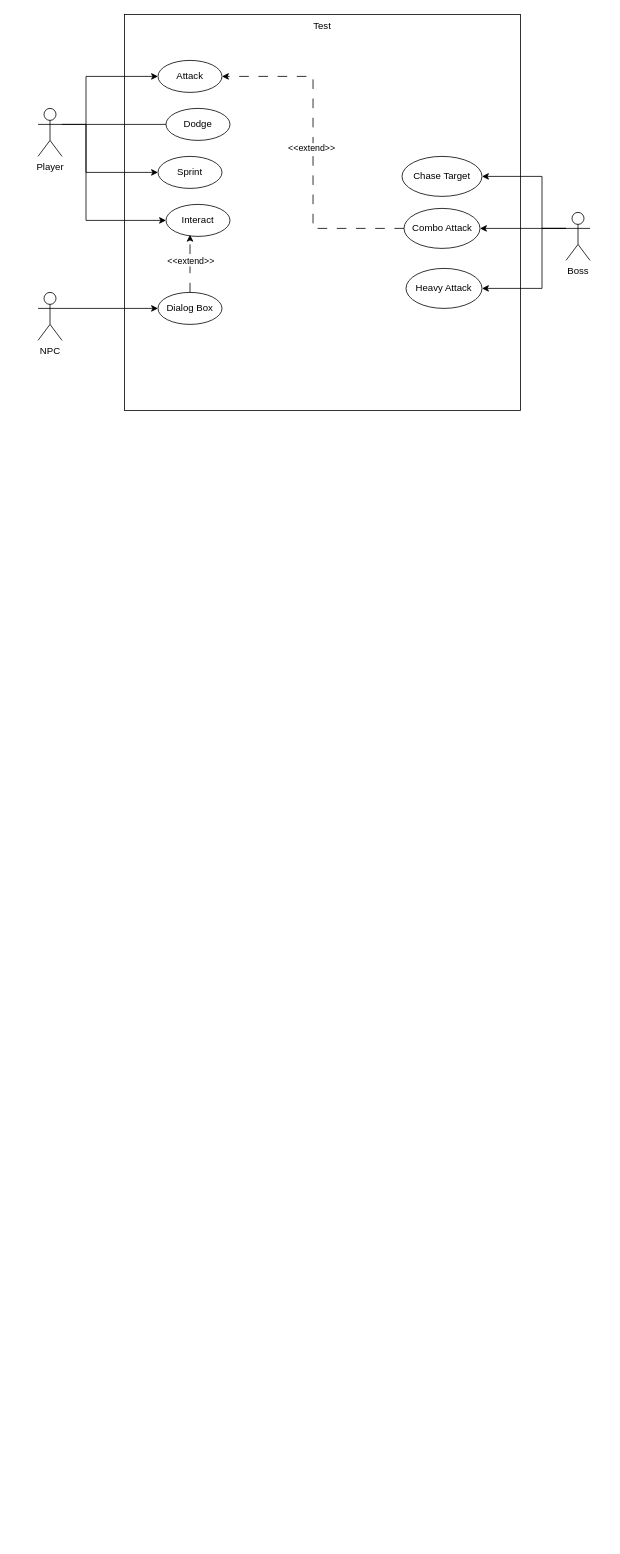
Myriadn/Flowchart_Assignment keeps this draw.io diagram as use Case.drawio. Above is the earlier version. Source tidied: cells renumbered, new cells numbered last; positions are measured from the earlier drawing's top-left corner, leaving out a move shared by most shapes. Both pictures are drawn from the tidied source at 80%, with x=0, y=0 at pixel (38, 14).
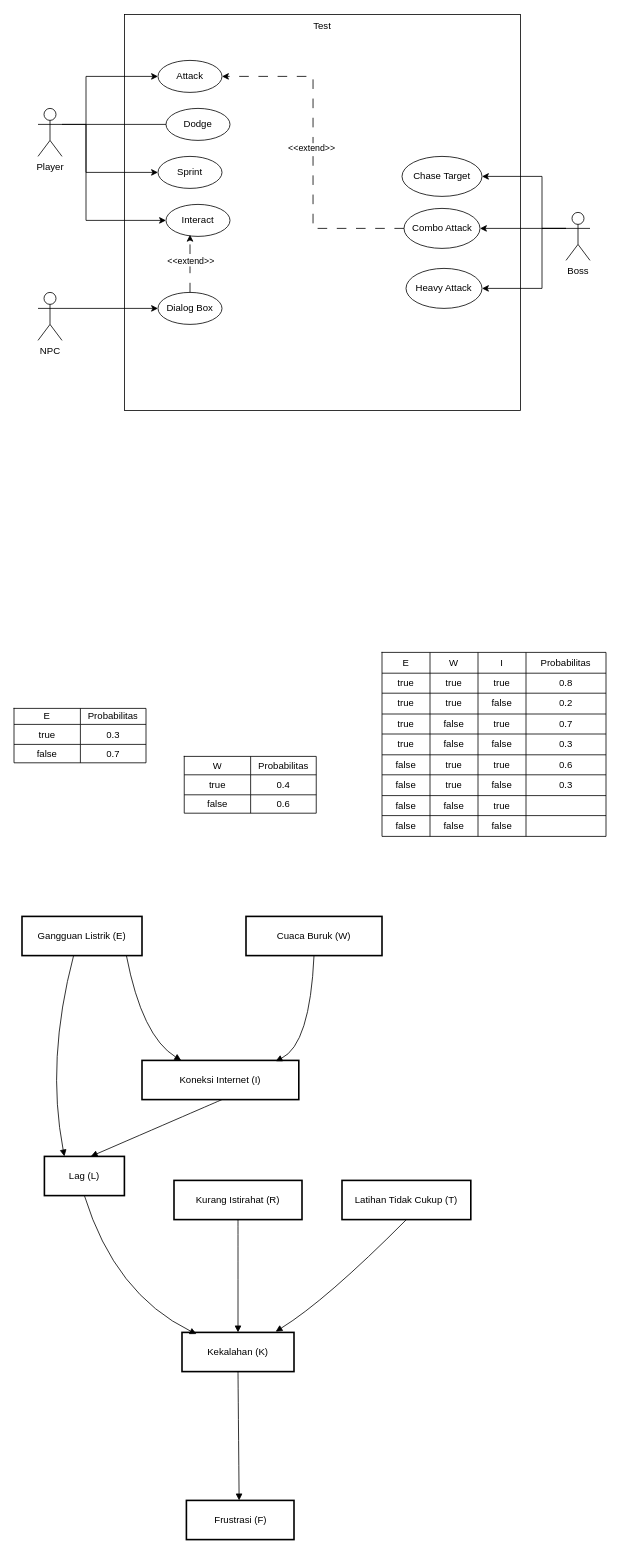
After the change.

Diff of the diagram source:
```diff
@@
+    <mxCell id="25" value="Gangguan Listrik (E)" style="whiteSpace=wrap;strokeWidth=2;" parent="1" vertex="1">
+      <mxGeometry x="-20" y="1128" width="150" height="49" as="geometry" />
+    </mxCell>
+    <mxCell id="26" value="Koneksi Internet (I)" style="whiteSpace=wrap;strokeWidth=2;" parent="1" vertex="1">
+      <mxGeometry x="130" y="1308" width="196" height="49" as="geometry" />
+    </mxCell>
+    <mxCell id="27" value="Cuaca Buruk (W)" style="whiteSpace=wrap;strokeWidth=2;" parent="1" vertex="1">
+      <mxGeometry x="260" y="1128" width="170" height="49" as="geometry" />
+    </mxCell>
+    <mxCell id="28" value="Lag (L)" style="whiteSpace=wrap;strokeWidth=2;" parent="1" vertex="1">
+      <mxGeometry x="8" y="1428" width="100" height="49" as="geometry" />
+    </mxCell>
+    <mxCell id="29" value="Kekalahan (K)" style="whiteSpace=wrap;strokeWidth=2;" parent="1" vertex="1">
+      <mxGeometry x="180" y="1648" width="140" height="49" as="geometry" />
+    </mxCell>
+    <mxCell id="30" value="Kurang Istirahat (R)" style="whiteSpace=wrap;strokeWidth=2;" parent="1" vertex="1">
+      <mxGeometry x="170" y="1458" width="160" height="49" as="geometry" />
+    </mxCell>
+    <mxCell id="31" value="Latihan Tidak Cukup (T)" style="whiteSpace=wrap;strokeWidth=2;" parent="1" vertex="1">
+      <mxGeometry x="380" y="1458" width="161" height="49" as="geometry" />
+    </mxCell>
+    <mxCell id="32" value="Frustrasi (F)" style="whiteSpace=wrap;strokeWidth=2;" parent="1" vertex="1">
+      <mxGeometry x="185.5" y="1858" width="134.5" height="49" as="geometry" />
+    </mxCell>
+    <mxCell id="33" style="curved=1;startArrow=none;endArrow=block;exitX=0.87;exitY=1;entryX=0.25;entryY=0;rounded=0;entryDx=0;entryDy=0;" parent="1" edge="1" source="25" target="26">
+      <mxGeometry relative="1" as="geometry">
+        <Array as="points">
+          <mxPoint x="130" y="1278" />
+        </Array>
+      </mxGeometry>
+    </mxCell>
+    <mxCell id="34" style="curved=1;startArrow=none;endArrow=block;exitX=0.5;exitY=1;entryX=0.852;entryY=0.02;rounded=0;entryDx=0;entryDy=0;entryPerimeter=0;" parent="1" edge="1" source="27" target="26">
+      <mxGeometry relative="1" as="geometry">
+        <Array as="points">
+          <mxPoint x="340" y="1288" />
+        </Array>
+      </mxGeometry>
+    </mxCell>
+    <mxCell id="35" style="curved=1;startArrow=none;endArrow=block;exitX=0.43;exitY=1;entryX=0.25;entryY=0;rounded=0;entryDx=0;entryDy=0;" parent="1" edge="1" source="25" target="28">
+      <mxGeometry relative="1" as="geometry">
+        <Array as="points">
+          <mxPoint x="10" y="1308" />
+        </Array>
+      </mxGeometry>
+    </mxCell>
+    <mxCell id="36" style="curved=1;startArrow=none;endArrow=block;exitX=0.51;exitY=1;entryX=0.58;entryY=0;rounded=0;entryDx=0;entryDy=0;entryPerimeter=0;" parent="1" edge="1" source="26" target="28">
+      <mxGeometry relative="1" as="geometry" />
+    </mxCell>
+    <mxCell id="37" style="curved=1;startArrow=none;endArrow=block;exitX=0.5;exitY=1;entryX=0.129;entryY=0.041;rounded=0;entryDx=0;entryDy=0;entryPerimeter=0;" parent="1" edge="1" source="28" target="29">
+      <mxGeometry relative="1" as="geometry">
+        <Array as="points">
+          <mxPoint x="96" y="1600" />
+        </Array>
+      </mxGeometry>
+    </mxCell>
+    <mxCell id="38" style="curved=1;startArrow=none;endArrow=block;exitX=0.5;exitY=1;entryX=0.5;entryY=0;rounded=0;" parent="1" edge="1" source="30" target="29">
+      <mxGeometry relative="1" as="geometry" />
+    </mxCell>
+    <mxCell id="39" style="curved=1;startArrow=none;endArrow=block;exitX=0.5;exitY=1;entryX=0.836;entryY=-0.02;rounded=0;entryDx=0;entryDy=0;entryPerimeter=0;" parent="1" edge="1" source="31" target="29">
+      <mxGeometry relative="1" as="geometry">
+        <Array as="points">
+          <mxPoint x="360" y="1608" />
+        </Array>
+      </mxGeometry>
+    </mxCell>
+    <mxCell id="40" style="curved=1;startArrow=none;endArrow=block;exitX=0.5;exitY=1;entryX=0.49;entryY=0;rounded=0;" parent="1" edge="1" source="29" target="32">
+      <mxGeometry relative="1" as="geometry" />
+    </mxCell>
+    <mxCell id="41" style="shape=table;startSize=0;childLayout=tableLayout;" parent="1" vertex="1">
+      <mxGeometry x="-30" y="868" width="165" height="68" as="geometry" />
+    </mxCell>
+    <mxCell id="42" style="shape=tableRow;horizontal=0;startSize=0;swimlaneHead=0;swimlaneBody=0;strokeColor=inherit;top=0;left=0;bottom=0;right=0;fillColor=none;" parent="41" vertex="1">
+      <mxGeometry width="165" height="20" as="geometry" />
+    </mxCell>
+    <mxCell id="43" value="E" style="shape=partialRectangle;html=1;whiteSpace=wrap;strokeColor=inherit;overflow=hidden;fillColor=none;top=0;left=0;bottom=0;right=0;" parent="42" vertex="1">
+      <mxGeometry width="83" height="20" as="geometry" />
+    </mxCell>
+    <mxCell id="44" value="Probabilitas" style="shape=partialRectangle;html=1;whiteSpace=wrap;strokeColor=inherit;overflow=hidden;fillColor=none;top=0;left=0;bottom=0;right=0;" parent="42" vertex="1">
+      <mxGeometry x="83" width="82" height="20" as="geometry" />
+    </mxCell>
+    <mxCell id="45" style="shape=tableRow;horizontal=0;startSize=0;swimlaneHead=0;swimlaneBody=0;strokeColor=inherit;top=0;left=0;bottom=0;right=0;fillColor=none;" parent="41" vertex="1">
+      <mxGeometry y="20" width="165" height="25" as="geometry" />
+    </mxCell>
+    <mxCell id="46" value="true" style="shape=partialRectangle;html=1;whiteSpace=wrap;strokeColor=inherit;overflow=hidden;fillColor=none;top=0;left=0;bottom=0;right=0;" parent="45" vertex="1">
+      <mxGeometry width="83" height="25" as="geometry" />
+    </mxCell>
+    <mxCell id="47" value="0.3" style="shape=partialRectangle;html=1;whiteSpace=wrap;strokeColor=inherit;overflow=hidden;fillColor=none;top=0;left=0;bottom=0;right=0;" parent="45" vertex="1">
+      <mxGeometry x="83" width="82" height="25" as="geometry" />
+    </mxCell>
+    <mxCell id="48" style="shape=tableRow;horizontal=0;startSize=0;swimlaneHead=0;swimlaneBody=0;strokeColor=inherit;top=0;left=0;bottom=0;right=0;fillColor=none;" parent="41" vertex="1">
+      <mxGeometry y="45" width="165" height="23" as="geometry" />
+    </mxCell>
+    <mxCell id="49" value="false" style="shape=partialRectangle;html=1;whiteSpace=wrap;strokeColor=inherit;overflow=hidden;fillColor=none;top=0;left=0;bottom=0;right=0;" parent="48" vertex="1">
+      <mxGeometry width="83" height="23" as="geometry" />
+    </mxCell>
+    <mxCell id="50" value="0.7" style="shape=partialRectangle;html=1;whiteSpace=wrap;strokeColor=inherit;overflow=hidden;fillColor=none;top=0;left=0;bottom=0;right=0;" parent="48" vertex="1">
+      <mxGeometry x="83" width="82" height="23" as="geometry" />
+    </mxCell>
+    <mxCell id="51" style="shape=table;startSize=0;childLayout=tableLayout;" parent="1" vertex="1">
+      <mxGeometry x="182.8" y="928" width="165" height="71" as="geometry" />
+    </mxCell>
+    <mxCell id="52" style="shape=tableRow;horizontal=0;startSize=0;swimlaneHead=0;swimlaneBody=0;strokeColor=inherit;top=0;left=0;bottom=0;right=0;fillColor=none;" parent="51" vertex="1">
+      <mxGeometry width="165" height="23" as="geometry" />
+    </mxCell>
+    <mxCell id="53" value="W" style="shape=partialRectangle;html=1;whiteSpace=wrap;strokeColor=inherit;overflow=hidden;fillColor=none;top=0;left=0;bottom=0;right=0;" parent="52" vertex="1">
+      <mxGeometry width="83" height="23" as="geometry" />
+    </mxCell>
+    <mxCell id="54" value="Probabilitas" style="shape=partialRectangle;html=1;whiteSpace=wrap;strokeColor=inherit;overflow=hidden;fillColor=none;top=0;left=0;bottom=0;right=0;" parent="52" vertex="1">
+      <mxGeometry x="83" width="82" height="23" as="geometry" />
+    </mxCell>
+    <mxCell id="55" style="shape=tableRow;horizontal=0;startSize=0;swimlaneHead=0;swimlaneBody=0;strokeColor=inherit;top=0;left=0;bottom=0;right=0;fillColor=none;" parent="51" vertex="1">
+      <mxGeometry y="23" width="165" height="25" as="geometry" />
+    </mxCell>
+    <mxCell id="56" value="true" style="shape=partialRectangle;html=1;whiteSpace=wrap;strokeColor=inherit;overflow=hidden;fillColor=none;top=0;left=0;bottom=0;right=0;" parent="55" vertex="1">
+      <mxGeometry width="83" height="25" as="geometry" />
+    </mxCell>
+    <mxCell id="57" value="0.4" style="shape=partialRectangle;html=1;whiteSpace=wrap;strokeColor=inherit;overflow=hidden;fillColor=none;top=0;left=0;bottom=0;right=0;" parent="55" vertex="1">
+      <mxGeometry x="83" width="82" height="25" as="geometry" />
+    </mxCell>
+    <mxCell id="58" style="shape=tableRow;horizontal=0;startSize=0;swimlaneHead=0;swimlaneBody=0;strokeColor=inherit;top=0;left=0;bottom=0;right=0;fillColor=none;" parent="51" vertex="1">
+      <mxGeometry y="48" width="165" height="23" as="geometry" />
+    </mxCell>
+    <mxCell id="59" value="false" style="shape=partialRectangle;html=1;whiteSpace=wrap;strokeColor=inherit;overflow=hidden;fillColor=none;top=0;left=0;bottom=0;right=0;" parent="58" vertex="1">
+      <mxGeometry width="83" height="23" as="geometry" />
+    </mxCell>
+    <mxCell id="60" value="0.6" style="shape=partialRectangle;html=1;whiteSpace=wrap;strokeColor=inherit;overflow=hidden;fillColor=none;top=0;left=0;bottom=0;right=0;" parent="58" vertex="1">
+      <mxGeometry x="83" width="82" height="23" as="geometry" />
+    </mxCell>
+    <mxCell id="61" style="shape=table;startSize=0;childLayout=tableLayout;" parent="1" vertex="1">
+      <mxGeometry x="430" y="798" width="280" height="230" as="geometry" />
+    </mxCell>
+    <mxCell id="62" style="shape=tableRow;horizontal=0;startSize=0;swimlaneHead=0;swimlaneBody=0;strokeColor=inherit;top=0;left=0;bottom=0;right=0;fillColor=none;" parent="61" vertex="1">
+      <mxGeometry width="280" height="26" as="geometry" />
+    </mxCell>
+    <mxCell id="63" value="E" style="shape=partialRectangle;html=1;whiteSpace=wrap;strokeColor=inherit;overflow=hidden;fillColor=none;top=0;left=0;bottom=0;right=0;" parent="62" vertex="1">
+      <mxGeometry width="60" height="26" as="geometry" />
+    </mxCell>
+    <mxCell id="64" value="W" style="shape=partialRectangle;html=1;whiteSpace=wrap;strokeColor=inherit;overflow=hidden;fillColor=none;top=0;left=0;bottom=0;right=0;" parent="62" vertex="1">
+      <mxGeometry x="60" width="60" height="26" as="geometry" />
+    </mxCell>
+    <mxCell id="65" value="I" style="shape=partialRectangle;html=1;whiteSpace=wrap;strokeColor=inherit;overflow=hidden;fillColor=none;top=0;left=0;bottom=0;right=0;" parent="62" vertex="1">
+      <mxGeometry x="120" width="60" height="26" as="geometry" />
+    </mxCell>
+    <mxCell id="66" value="Probabilitas" style="shape=partialRectangle;html=1;whiteSpace=wrap;strokeColor=inherit;overflow=hidden;fillColor=none;top=0;left=0;bottom=0;right=0;" parent="62" vertex="1">
+      <mxGeometry x="180" width="100" height="26" as="geometry" />
+    </mxCell>
+    <mxCell id="67" style="shape=tableRow;horizontal=0;startSize=0;swimlaneHead=0;swimlaneBody=0;strokeColor=inherit;top=0;left=0;bottom=0;right=0;fillColor=none;" parent="61" vertex="1">
+      <mxGeometry y="26" width="280" height="25" as="geometry" />
+    </mxCell>
+    <mxCell id="68" value="true" style="shape=partialRectangle;html=1;whiteSpace=wrap;strokeColor=inherit;overflow=hidden;fillColor=none;top=0;left=0;bottom=0;right=0;" parent="67" vertex="1">
+      <mxGeometry width="60" height="25" as="geometry" />
+    </mxCell>
+    <mxCell id="69" value="true" style="shape=partialRectangle;html=1;whiteSpace=wrap;strokeColor=inherit;overflow=hidden;fillColor=none;top=0;left=0;bottom=0;right=0;" parent="67" vertex="1">
+      <mxGeometry x="60" width="60" height="25" as="geometry" />
+    </mxCell>
+    <mxCell id="70" value="true" style="shape=partialRectangle;html=1;whiteSpace=wrap;strokeColor=inherit;overflow=hidden;fillColor=none;top=0;left=0;bottom=0;right=0;" parent="67" vertex="1">
+      <mxGeometry x="120" width="60" height="25" as="geometry" />
+    </mxCell>
+    <mxCell id="71" value="0.8" style="shape=partialRectangle;html=1;whiteSpace=wrap;strokeColor=inherit;overflow=hidden;fillColor=none;top=0;left=0;bottom=0;right=0;" parent="67" vertex="1">
+      <mxGeometry x="180" width="100" height="25" as="geometry" />
+    </mxCell>
+    <mxCell id="72" style="shape=tableRow;horizontal=0;startSize=0;swimlaneHead=0;swimlaneBody=0;strokeColor=inherit;top=0;left=0;bottom=0;right=0;fillColor=none;" parent="61" vertex="1">
+      <mxGeometry y="51" width="280" height="26" as="geometry" />
+    </mxCell>
+    <mxCell id="73" value="true" style="shape=partialRectangle;html=1;whiteSpace=wrap;strokeColor=inherit;overflow=hidden;fillColor=none;top=0;left=0;bottom=0;right=0;" parent="72" vertex="1">
+      <mxGeometry width="60" height="26" as="geometry" />
+    </mxCell>
+    <mxCell id="74" value="true" style="shape=partialRectangle;html=1;whiteSpace=wrap;strokeColor=inherit;overflow=hidden;fillColor=none;top=0;left=0;bottom=0;right=0;" parent="72" vertex="1">
+      <mxGeometry x="60" width="60" height="26" as="geometry" />
+    </mxCell>
+    <mxCell id="75" value="false" style="shape=partialRectangle;html=1;whiteSpace=wrap;strokeColor=inherit;overflow=hidden;fillColor=none;top=0;left=0;bottom=0;right=0;" parent="72" vertex="1">
+      <mxGeometry x="120" width="60" height="26" as="geometry" />
+    </mxCell>
+    <mxCell id="76" value="0.2" style="shape=partialRectangle;html=1;whiteSpace=wrap;strokeColor=inherit;overflow=hidden;fillColor=none;top=0;left=0;bottom=0;right=0;" parent="72" vertex="1">
+      <mxGeometry x="180" width="100" height="26" as="geometry" />
+    </mxCell>
+    <mxCell id="77" style="shape=tableRow;horizontal=0;startSize=0;swimlaneHead=0;swimlaneBody=0;strokeColor=inherit;top=0;left=0;bottom=0;right=0;fillColor=none;" parent="61" vertex="1">
+      <mxGeometry y="77" width="280" height="25" as="geometry" />
+    </mxCell>
+    <mxCell id="78" value="true" style="shape=partialRectangle;html=1;whiteSpace=wrap;strokeColor=inherit;overflow=hidden;fillColor=none;top=0;left=0;bottom=0;right=0;" parent="77" vertex="1">
+      <mxGeometry width="60" height="25" as="geometry" />
+    </mxCell>
+    <mxCell id="79" value="false" style="shape=partialRectangle;html=1;whiteSpace=wrap;strokeColor=inherit;overflow=hidden;fillColor=none;top=0;left=0;bottom=0;right=0;" parent="77" vertex="1">
+      <mxGeometry x="60" width="60" height="25" as="geometry" />
+    </mxCell>
+    <mxCell id="80" value="true" style="shape=partialRectangle;html=1;whiteSpace=wrap;strokeColor=inherit;overflow=hidden;fillColor=none;top=0;left=0;bottom=0;right=0;" parent="77" vertex="1">
+      <mxGeometry x="120" width="60" height="25" as="geometry" />
+    </mxCell>
+    <mxCell id="81" value="0.7" style="shape=partialRectangle;html=1;whiteSpace=wrap;strokeColor=inherit;overflow=hidden;fillColor=none;top=0;left=0;bottom=0;right=0;" parent="77" vertex="1">
+      <mxGeometry x="180" width="100" height="25" as="geometry" />
+    </mxCell>
+    <mxCell id="82" style="shape=tableRow;horizontal=0;startSize=0;swimlaneHead=0;swimlaneBody=0;strokeColor=inherit;top=0;left=0;bottom=0;right=0;fillColor=none;" parent="61" vertex="1">
+      <mxGeometry y="102" width="280" height="26" as="geometry" />
+    </mxCell>
+    <mxCell id="83" value="true" style="shape=partialRectangle;html=1;whiteSpace=wrap;strokeColor=inherit;overflow=hidden;fillColor=none;top=0;left=0;bottom=0;right=0;" parent="82" vertex="1">
+      <mxGeometry width="60" height="26" as="geometry" />
+    </mxCell>
+    <mxCell id="84" value="false" style="shape=partialRectangle;html=1;whiteSpace=wrap;strokeColor=inherit;overflow=hidden;fillColor=none;top=0;left=0;bottom=0;right=0;" parent="82" vertex="1">
+      <mxGeometry x="60" width="60" height="26" as="geometry" />
+    </mxCell>
+    <mxCell id="85" value="false" style="shape=partialRectangle;html=1;whiteSpace=wrap;strokeColor=inherit;overflow=hidden;fillColor=none;top=0;left=0;bottom=0;right=0;" parent="82" vertex="1">
+      <mxGeometry x="120" width="60" height="26" as="geometry" />
+    </mxCell>
+    <mxCell id="86" value="0.3" style="shape=partialRectangle;html=1;whiteSpace=wrap;strokeColor=inherit;overflow=hidden;fillColor=none;top=0;left=0;bottom=0;right=0;" parent="82" vertex="1">
+      <mxGeometry x="180" width="100" height="26" as="geometry" />
+    </mxCell>
+    <mxCell id="87" style="shape=tableRow;horizontal=0;startSize=0;swimlaneHead=0;swimlaneBody=0;strokeColor=inherit;top=0;left=0;bottom=0;right=0;fillColor=none;" parent="61" vertex="1">
+      <mxGeometry y="128" width="280" height="25" as="geometry" />
+    </mxCell>
+    <mxCell id="88" value="false" style="shape=partialRectangle;html=1;whiteSpace=wrap;strokeColor=inherit;overflow=hidden;fillColor=none;top=0;left=0;bottom=0;right=0;" parent="87" vertex="1">
+      <mxGeometry width="60" height="25" as="geometry" />
+    </mxCell>
+    <mxCell id="89" value="true" style="shape=partialRectangle;html=1;whiteSpace=wrap;strokeColor=inherit;overflow=hidden;fillColor=none;top=0;left=0;bottom=0;right=0;" parent="87" vertex="1">
+      <mxGeometry x="60" width="60" height="25" as="geometry" />
+    </mxCell>
+    <mxCell id="90" value="true" style="shape=partialRectangle;html=1;whiteSpace=wrap;strokeColor=inherit;overflow=hidden;fillColor=none;top=0;left=0;bottom=0;right=0;" parent="87" vertex="1">
+      <mxGeometry x="120" width="60" height="25" as="geometry" />
+    </mxCell>
+    <mxCell id="91" value="0.6" style="shape=partialRectangle;html=1;whiteSpace=wrap;strokeColor=inherit;overflow=hidden;fillColor=none;top=0;left=0;bottom=0;right=0;" parent="87" vertex="1">
+      <mxGeometry x="180" width="100" height="25" as="geometry" />
+    </mxCell>
+    <mxCell id="92" style="shape=tableRow;horizontal=0;startSize=0;swimlaneHead=0;swimlaneBody=0;strokeColor=inherit;top=0;left=0;bottom=0;right=0;fillColor=none;" parent="61" vertex="1">
+      <mxGeometry y="153" width="280" height="26" as="geometry" />
+    </mxCell>
+    <mxCell id="93" value="false" style="shape=partialRectangle;html=1;whiteSpace=wrap;strokeColor=inherit;overflow=hidden;fillColor=none;top=0;left=0;bottom=0;right=0;" parent="92" vertex="1">
+      <mxGeometry width="60" height="26" as="geometry" />
+    </mxCell>
+    <mxCell id="94" value="true" style="shape=partialRectangle;html=1;whiteSpace=wrap;strokeColor=inherit;overflow=hidden;fillColor=none;top=0;left=0;bottom=0;right=0;" parent="92" vertex="1">
+      <mxGeometry x="60" width="60" height="26" as="geometry" />
+    </mxCell>
+    <mxCell id="95" value="false" style="shape=partialRectangle;html=1;whiteSpace=wrap;strokeColor=inherit;overflow=hidden;fillColor=none;top=0;left=0;bottom=0;right=0;" parent="92" vertex="1">
+      <mxGeometry x="120" width="60" height="26" as="geometry" />
+    </mxCell>
+    <mxCell id="96" value="0.3" style="shape=partialRectangle;html=1;whiteSpace=wrap;strokeColor=inherit;overflow=hidden;fillColor=none;top=0;left=0;bottom=0;right=0;" parent="92" vertex="1">
+      <mxGeometry x="180" width="100" height="26" as="geometry" />
+    </mxCell>
+    <mxCell id="97" style="shape=tableRow;horizontal=0;startSize=0;swimlaneHead=0;swimlaneBody=0;strokeColor=inherit;top=0;left=0;bottom=0;right=0;fillColor=none;" parent="61" vertex="1">
+      <mxGeometry y="179" width="280" height="25" as="geometry" />
+    </mxCell>
+    <mxCell id="98" value="false" style="shape=partialRectangle;html=1;whiteSpace=wrap;strokeColor=inherit;overflow=hidden;fillColor=none;top=0;left=0;bottom=0;right=0;" parent="97" vertex="1">
+      <mxGeometry width="60" height="25" as="geometry" />
+    </mxCell>
+    <mxCell id="99" value="false" style="shape=partialRectangle;html=1;whiteSpace=wrap;strokeColor=inherit;overflow=hidden;fillColor=none;top=0;left=0;bottom=0;right=0;" parent="97" vertex="1">
+      <mxGeometry x="60" width="60" height="25" as="geometry" />
+    </mxCell>
+    <mxCell id="100" value="true" style="shape=partialRectangle;html=1;whiteSpace=wrap;strokeColor=inherit;overflow=hidden;fillColor=none;top=0;left=0;bottom=0;right=0;" parent="97" vertex="1">
+      <mxGeometry x="120" width="60" height="25" as="geometry" />
+    </mxCell>
+    <mxCell id="101" style="shape=partialRectangle;html=1;whiteSpace=wrap;strokeColor=inherit;overflow=hidden;fillColor=none;top=0;left=0;bottom=0;right=0;" parent="97" vertex="1">
+      <mxGeometry x="180" width="100" height="25" as="geometry" />
+    </mxCell>
+    <mxCell id="102" style="shape=tableRow;horizontal=0;startSize=0;swimlaneHead=0;swimlaneBody=0;strokeColor=inherit;top=0;left=0;bottom=0;right=0;fillColor=none;" parent="61" vertex="1">
+      <mxGeometry y="204" width="280" height="26" as="geometry" />
+    </mxCell>
+    <mxCell id="103" value="false" style="shape=partialRectangle;html=1;whiteSpace=wrap;strokeColor=inherit;overflow=hidden;fillColor=none;top=0;left=0;bottom=0;right=0;" parent="102" vertex="1">
+      <mxGeometry width="60" height="26" as="geometry" />
+    </mxCell>
+    <mxCell id="104" value="false" style="shape=partialRectangle;html=1;whiteSpace=wrap;strokeColor=inherit;overflow=hidden;fillColor=none;top=0;left=0;bottom=0;right=0;" parent="102" vertex="1">
+      <mxGeometry x="60" width="60" height="26" as="geometry" />
+    </mxCell>
+    <mxCell id="105" value="false" style="shape=partialRectangle;html=1;whiteSpace=wrap;strokeColor=inherit;overflow=hidden;fillColor=none;top=0;left=0;bottom=0;right=0;" parent="102" vertex="1">
+      <mxGeometry x="120" width="60" height="26" as="geometry" />
+    </mxCell>
+    <mxCell id="106" style="shape=partialRectangle;html=1;whiteSpace=wrap;strokeColor=inherit;overflow=hidden;fillColor=none;top=0;left=0;bottom=0;right=0;" parent="102" vertex="1">
+      <mxGeometry x="180" width="100" height="26" as="geometry" />
+    </mxCell>
```
